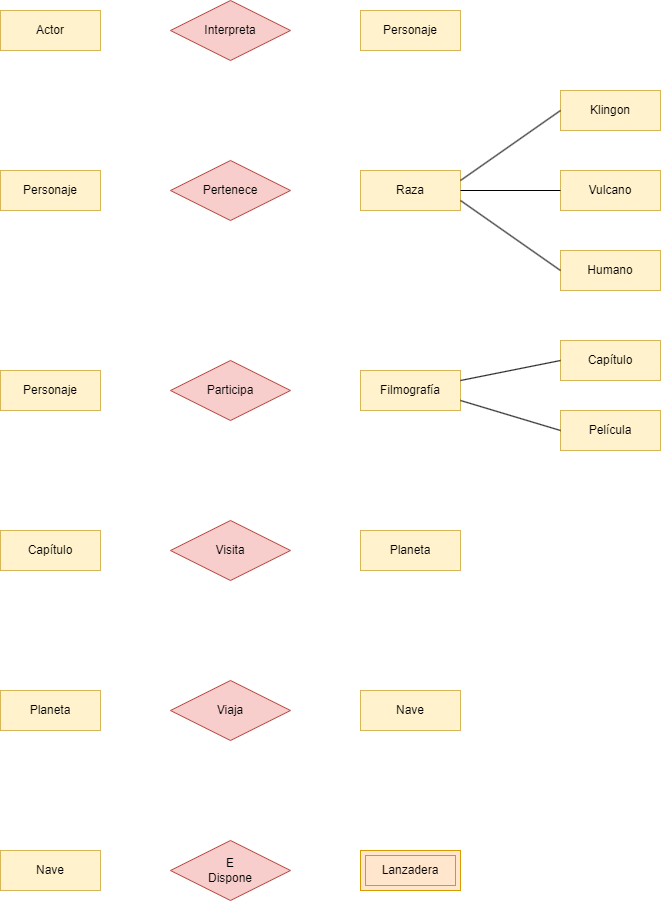
The draw.io diagram TAREAS/Tarea4/ER.StarTrek.drawio.png in samugd17/base-datos-bae-, before a commit. Source tidied: cells renumbered, new cells last; positions are measured from the earlier drawing's top-left corner, leaving out a move shared by most shapes.
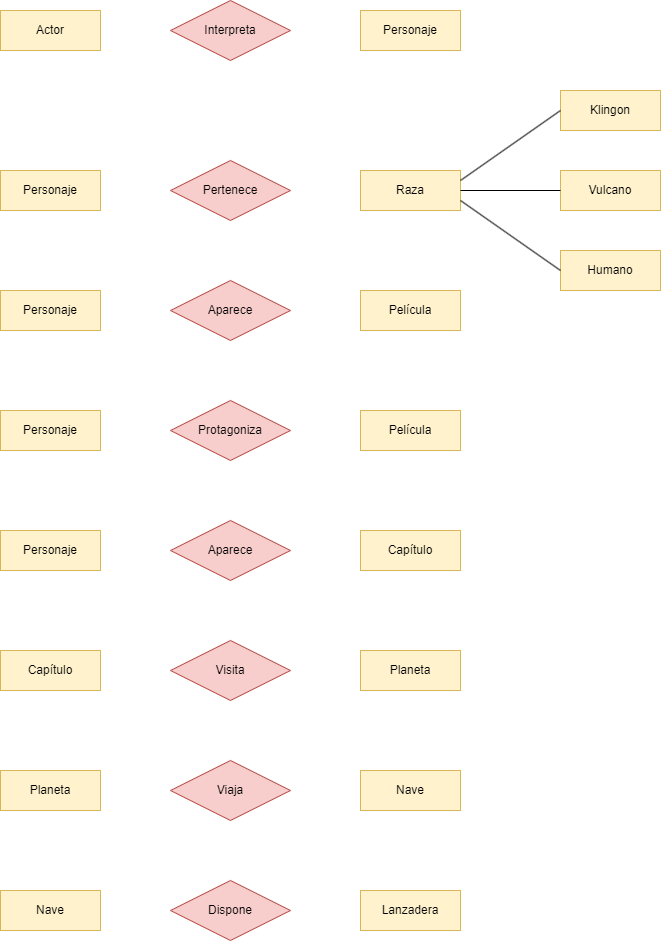
Later version of the same file.

Diff of the diagram source:
```diff
@@ -3,34 +3,22 @@
     <mxCell id="0" />
     <mxCell id="1" parent="0" />
     <mxCell id="2" value="Capítulo" style="whiteSpace=wrap;html=1;align=center;fillColor=#fff2cc;strokeColor=#d6b656;" parent="1" vertex="1">
-      <mxGeometry x="560" y="340" width="100" height="40" as="geometry" />
+      <mxGeometry x="360" y="530" width="100" height="40" as="geometry" />
     </mxCell>
     <mxCell id="3" value="Película" style="whiteSpace=wrap;html=1;align=center;fillColor=#fff2cc;strokeColor=#d6b656;" parent="1" vertex="1">
-      <mxGeometry x="560" y="410" width="100" height="40" as="geometry" />
+      <mxGeometry x="360" y="290" width="100" height="40" as="geometry" />
     </mxCell>
-    <mxCell id="4" value="Lanzadera" style="shape=ext;margin=3;double=1;whiteSpace=wrap;html=1;align=center;fillColor=#ffe6cc;strokeColor=#d79b00;" parent="1" vertex="1">
-      <mxGeometry x="360" y="850" width="100" height="40" as="geometry" />
-    </mxCell>
     <mxCell id="5" value="Nave" style="whiteSpace=wrap;html=1;align=center;fillColor=#fff2cc;strokeColor=#d6b656;" parent="1" vertex="1">
-      <mxGeometry x="360" y="690" width="100" height="40" as="geometry" />
+      <mxGeometry x="360" y="770" width="100" height="40" as="geometry" />
     </mxCell>
-    <mxCell id="6" value="E&lt;br&gt;Dispone" style="shape=rhombus;perimeter=rhombusPerimeter;whiteSpace=wrap;html=1;align=center;fillColor=#f8cecc;strokeColor=#b85450;" parent="1" vertex="1">
-      <mxGeometry x="170" y="840" width="120" height="60" as="geometry" />
+    <mxCell id="6" value="Dispone" style="shape=rhombus;perimeter=rhombusPerimeter;whiteSpace=wrap;html=1;align=center;fillColor=#f8cecc;strokeColor=#b85450;" parent="1" vertex="1">
+      <mxGeometry x="170" y="880" width="120" height="60" as="geometry" />
     </mxCell>
     <mxCell id="7" value="Viaja" style="shape=rhombus;perimeter=rhombusPerimeter;whiteSpace=wrap;html=1;align=center;fillColor=#f8cecc;strokeColor=#b85450;" parent="1" vertex="1">
-      <mxGeometry x="170" y="680" width="120" height="60" as="geometry" />
+      <mxGeometry x="170" y="760" width="120" height="60" as="geometry" />
     </mxCell>
-    <mxCell id="8" value="Filmografía" style="whiteSpace=wrap;html=1;align=center;fillColor=#fff2cc;strokeColor=#d6b656;" parent="1" vertex="1">
-      <mxGeometry x="360" y="370" width="100" height="40" as="geometry" />
-    </mxCell>
-    <mxCell id="9" style="endArrow=none;html=1;rounded=0;exitX=0;exitY=0.5;exitDx=0;exitDy=0;entryX=1;entryY=0.75;entryDx=0;entryDy=0;" parent="1" edge="1" source="3" target="8">
-      <mxGeometry relative="1" as="geometry" />
-    </mxCell>
-    <mxCell id="10" style="endArrow=none;html=1;rounded=0;entryX=0;entryY=0.5;entryDx=0;entryDy=0;exitX=1;exitY=0.25;exitDx=0;exitDy=0;" parent="1" edge="1" source="8" target="2">
-      <mxGeometry relative="1" as="geometry" />
-    </mxCell>
-    <mxCell id="11" value="Participa" style="shape=rhombus;perimeter=rhombusPerimeter;whiteSpace=wrap;html=1;align=center;fillColor=#f8cecc;strokeColor=#b85450;" parent="1" vertex="1">
-      <mxGeometry x="170" y="360" width="120" height="60" as="geometry" />
+    <mxCell id="11" value="Protagoniza" style="shape=rhombus;perimeter=rhombusPerimeter;whiteSpace=wrap;html=1;align=center;fillColor=#f8cecc;strokeColor=#b85450;" parent="1" vertex="1">
+      <mxGeometry x="170" y="400" width="120" height="60" as="geometry" />
     </mxCell>
     <mxCell id="12" value="Actor" style="whiteSpace=wrap;html=1;align=center;fillColor=#fff2cc;strokeColor=#d6b656;" parent="1" vertex="1">
       <mxGeometry y="10" width="100" height="40" as="geometry" />
@@ -69,22 +57,40 @@
       <mxGeometry relative="1" as="geometry" />
     </mxCell>
     <mxCell id="24" value="Personaje" style="whiteSpace=wrap;html=1;align=center;fillColor=#fff2cc;strokeColor=#d6b656;" parent="1" vertex="1">
-      <mxGeometry y="370" width="100" height="40" as="geometry" />
+      <mxGeometry y="410" width="100" height="40" as="geometry" />
     </mxCell>
     <mxCell id="25" value="Capítulo" style="whiteSpace=wrap;html=1;align=center;fillColor=#fff2cc;strokeColor=#d6b656;" parent="1" vertex="1">
-      <mxGeometry y="530" width="100" height="40" as="geometry" />
+      <mxGeometry y="650" width="100" height="40" as="geometry" />
     </mxCell>
     <mxCell id="26" value="Planeta" style="whiteSpace=wrap;html=1;align=center;fillColor=#fff2cc;strokeColor=#d6b656;" parent="1" vertex="1">
-      <mxGeometry x="360" y="530" width="100" height="40" as="geometry" />
+      <mxGeometry x="360" y="650" width="100" height="40" as="geometry" />
     </mxCell>
     <mxCell id="27" value="Visita" style="shape=rhombus;perimeter=rhombusPerimeter;whiteSpace=wrap;html=1;align=center;fillColor=#f8cecc;strokeColor=#b85450;" parent="1" vertex="1">
-      <mxGeometry x="170" y="520" width="120" height="60" as="geometry" />
+      <mxGeometry x="170" y="640" width="120" height="60" as="geometry" />
     </mxCell>
     <mxCell id="28" value="Planeta" style="whiteSpace=wrap;html=1;align=center;fillColor=#fff2cc;strokeColor=#d6b656;" parent="1" vertex="1">
-      <mxGeometry y="690" width="100" height="40" as="geometry" />
+      <mxGeometry y="770" width="100" height="40" as="geometry" />
     </mxCell>
     <mxCell id="29" value="Nave" style="whiteSpace=wrap;html=1;align=center;fillColor=#fff2cc;strokeColor=#d6b656;" parent="1" vertex="1">
-      <mxGeometry y="850" width="100" height="40" as="geometry" />
+      <mxGeometry y="890" width="100" height="40" as="geometry" />
     </mxCell>
+    <mxCell id="30" value="Personaje" style="whiteSpace=wrap;html=1;align=center;fillColor=#fff2cc;strokeColor=#d6b656;" parent="1" vertex="1">
+      <mxGeometry y="290" width="100" height="40" as="geometry" />
+    </mxCell>
+    <mxCell id="31" value="Aparece" style="shape=rhombus;perimeter=rhombusPerimeter;whiteSpace=wrap;html=1;align=center;fillColor=#f8cecc;strokeColor=#b85450;" parent="1" vertex="1">
+      <mxGeometry x="170" y="280" width="120" height="60" as="geometry" />
+    </mxCell>
+    <mxCell id="32" value="Película" style="whiteSpace=wrap;html=1;align=center;fillColor=#fff2cc;strokeColor=#d6b656;" parent="1" vertex="1">
+      <mxGeometry x="360" y="410" width="100" height="40" as="geometry" />
+    </mxCell>
+    <mxCell id="33" value="Aparece" style="shape=rhombus;perimeter=rhombusPerimeter;whiteSpace=wrap;html=1;align=center;fillColor=#f8cecc;strokeColor=#b85450;" parent="1" vertex="1">
+      <mxGeometry x="170" y="520" width="120" height="60" as="geometry" />
+    </mxCell>
+    <mxCell id="34" value="Personaje" style="whiteSpace=wrap;html=1;align=center;fillColor=#fff2cc;strokeColor=#d6b656;" parent="1" vertex="1">
+      <mxGeometry y="530" width="100" height="40" as="geometry" />
+    </mxCell>
+    <mxCell id="4" value="Lanzadera" style="whiteSpace=wrap;html=1;align=center;fillColor=#fff2cc;strokeColor=#d6b656;" parent="1" vertex="1">
+      <mxGeometry x="360" y="890" width="100" height="40" as="geometry" />
+    </mxCell>
   </root>
 </mxGraphModel>
```
